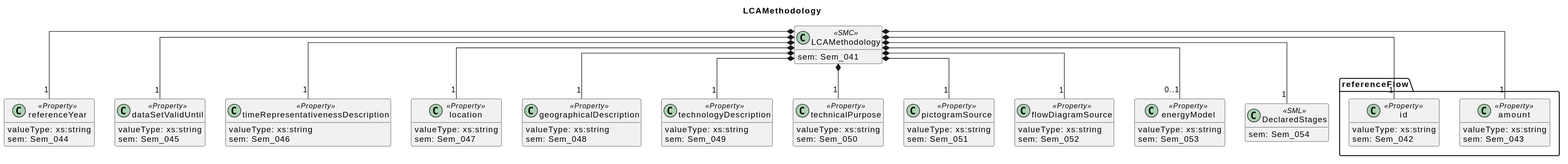
Leeeks/aas-epd-type-iii-submodel keeps this PlantUML diagram as docs/model/sections/LCAMethodology.svg. Above is the earlier version. Source of this version:
```plantuml
@startuml
title LCAMethodology
skinparam classAttributeIconSize 0
skinparam linetype ortho
hide empty members

class LCAMethodology <<SMC>> {
  sem: Sem_041
}
class referenceFlow.id <<Property>> {
  valueType: xs:string
  sem: Sem_042
}
class referenceFlow.amount <<Property>> {
  valueType: xs:string
  sem: Sem_043
}
class referenceYear <<Property>> {
  valueType: xs:string
  sem: Sem_044
}
class dataSetValidUntil <<Property>> {
  valueType: xs:string
  sem: Sem_045
}
class timeRepresentativenessDescription <<Property>> {
  valueType: xs:string
  sem: Sem_046
}
class location <<Property>> {
  valueType: xs:string
  sem: Sem_047
}
class geographicalDescription <<Property>> {
  valueType: xs:string
  sem: Sem_048
}
class technologyDescription <<Property>> {
  valueType: xs:string
  sem: Sem_049
}
class technicalPurpose <<Property>> {
  valueType: xs:string
  sem: Sem_050
}
class pictogramSource <<Property>> {
  valueType: xs:string
  sem: Sem_051
}
class flowDiagramSource <<Property>> {
  valueType: xs:string
  sem: Sem_052
}
class energyModel <<Property>> {
  valueType: xs:string
  sem: Sem_053
}
class DeclaredStages <<SML>> {
  sem: Sem_054
}

LCAMethodology *-- "1" referenceFlow.id
LCAMethodology *-- "1" referenceFlow.amount
LCAMethodology *-- "1" referenceYear
LCAMethodology *-- "1" dataSetValidUntil
LCAMethodology *-- "1" timeRepresentativenessDescription
LCAMethodology *-- "1" location
LCAMethodology *-- "1" geographicalDescription
LCAMethodology *-- "1" technologyDescription
LCAMethodology *-- "1" technicalPurpose
LCAMethodology *-- "1" pictogramSource
LCAMethodology *-- "1" flowDiagramSource
LCAMethodology *-- "0..1" energyModel
LCAMethodology *-- "1" DeclaredStages
@enduml
```
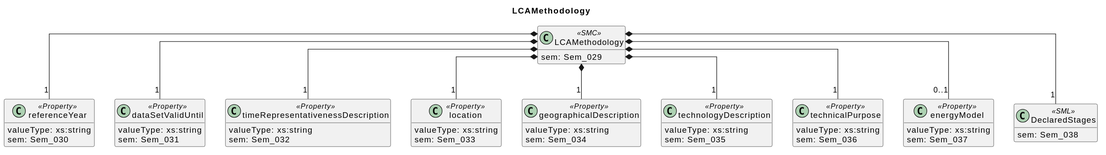
After the change.

The edit, as a diff of the source:
```diff
@@ -5,62 +5,44 @@
 hide empty members
 
 class LCAMethodology <<SMC>> {
-  sem: Sem_041
-}
-class referenceFlow.id <<Property>> {
-  valueType: xs:string
-  sem: Sem_042
-}
-class referenceFlow.amount <<Property>> {
-  valueType: xs:string
-  sem: Sem_043
+  sem: Sem_029
 }
 class referenceYear <<Property>> {
   valueType: xs:string
-  sem: Sem_044
+  sem: Sem_030
 }
 class dataSetValidUntil <<Property>> {
   valueType: xs:string
-  sem: Sem_045
+  sem: Sem_031
 }
 class timeRepresentativenessDescription <<Property>> {
   valueType: xs:string
-  sem: Sem_046
+  sem: Sem_032
 }
 class location <<Property>> {
   valueType: xs:string
-  sem: Sem_047
+  sem: Sem_033
 }
 class geographicalDescription <<Property>> {
   valueType: xs:string
-  sem: Sem_048
+  sem: Sem_034
 }
 class technologyDescription <<Property>> {
   valueType: xs:string
-  sem: Sem_049
+  sem: Sem_035
 }
 class technicalPurpose <<Property>> {
   valueType: xs:string
-  sem: Sem_050
-}
-class pictogramSource <<Property>> {
-  valueType: xs:string
-  sem: Sem_051
-}
-class flowDiagramSource <<Property>> {
-  valueType: xs:string
-  sem: Sem_052
+  sem: Sem_036
 }
 class energyModel <<Property>> {
   valueType: xs:string
-  sem: Sem_053
+  sem: Sem_037
 }
 class DeclaredStages <<SML>> {
-  sem: Sem_054
+  sem: Sem_038
 }
 
-LCAMethodology *-- "1" referenceFlow.id
-LCAMethodology *-- "1" referenceFlow.amount
 LCAMethodology *-- "1" referenceYear
 LCAMethodology *-- "1" dataSetValidUntil
 LCAMethodology *-- "1" timeRepresentativenessDescription
@@ -68,8 +50,6 @@
 LCAMethodology *-- "1" geographicalDescription
 LCAMethodology *-- "1" technologyDescription
 LCAMethodology *-- "1" technicalPurpose
-LCAMethodology *-- "1" pictogramSource
-LCAMethodology *-- "1" flowDiagramSource
 LCAMethodology *-- "0..1" energyModel
 LCAMethodology *-- "1" DeclaredStages
 @enduml
```
